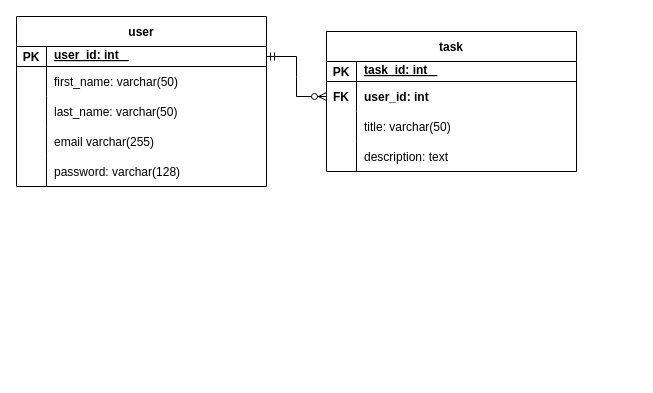
This is docs/erd.drawio from blitzkz23/ngelakoni, a draw.io file, before an edit. Source tidied: cells renumbered, new cells numbered last; positions are measured from the earlier drawing's top-left corner, leaving out a move shared by most shapes. Both pictures are drawn from the tidied source at 100%, with x=0, y=0 at pixel (16, 16).
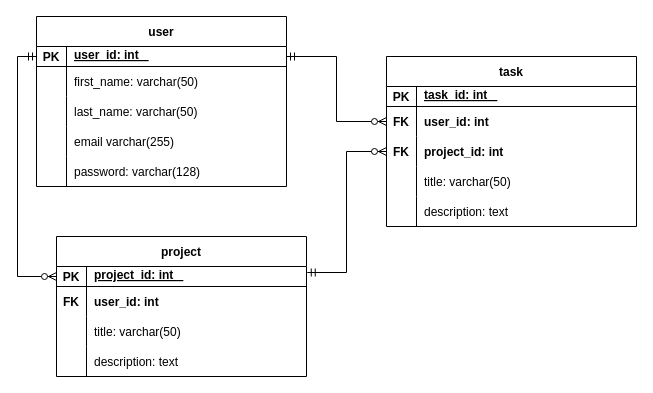
Above is the later version.

The change refers to these unchanged cells:
```xml
<mxCell id="3" style="shape=partialRectangle;fillColor=none;points=[[0,0.5],[1,0.5]];portConstraint=eastwest;top=0;left=0;right=0;bottom=1;" parent="2" vertex="1">
  <mxGeometry y="30" width="250" height="20" as="geometry" />
</mxCell>
<mxCell id="22" style="shape=partialRectangle;fillColor=none;points=[[0,0.5],[1,0.5]];portConstraint=eastwest;top=0;left=0;right=0;bottom=0;" parent="18" vertex="1">
  <mxGeometry y="50" width="250" height="30" as="geometry" />
</mxCell>
```

The edit, as a diff of the source:
```diff
@@
     <mxCell id="2" value="user" style="shape=table;startSize=30;childLayout=tableLayout;rowLines=0;fontStyle=1;align=center;" parent="1" vertex="1">
-      <mxGeometry width="250" height="170" as="geometry" />
+      <mxGeometry x="20" width="250" height="170" as="geometry" />
     </mxCell>
@@
     <mxCell id="18" value="task" style="shape=table;startSize=30;childLayout=tableLayout;rowLines=0;fontStyle=1;align=center;" parent="1" vertex="1">
-      <mxGeometry x="310" y="15" width="250" height="140" as="geometry" />
+      <mxGeometry x="370" y="40" width="250" height="170" as="geometry" />
     </mxCell>
@@
+    <mxCell id="32" style="shape=partialRectangle;fillColor=none;points=[[0,0.5],[1,0.5]];portConstraint=eastwest;top=0;left=0;right=0;bottom=0;" parent="18" vertex="1">
+      <mxGeometry y="80" width="250" height="30" as="geometry" />
+    </mxCell>
+    <mxCell id="33" value="FK" style="shape=partialRectangle;overflow=hidden;fillColor=none;top=0;left=0;bottom=0;right=0;fontStyle=1;" parent="32" vertex="1">
+      <mxGeometry width="30" height="30" as="geometry" />
+    </mxCell>
+    <mxCell id="34" value="project_id: int" style="shape=partialRectangle;overflow=hidden;fillColor=none;top=0;left=0;bottom=0;right=0;align=left;spacingLeft=6;fontStyle=1;" parent="32" vertex="1">
+      <mxGeometry x="30" width="220" height="30" as="geometry" />
+    </mxCell>
     <mxCell id="25" style="shape=partialRectangle;fillColor=none;top=0;left=0;right=0;bottom=0;" parent="18" vertex="1">
-      <mxGeometry y="80" width="250" height="30" as="geometry" />
+      <mxGeometry y="110" width="250" height="30" as="geometry" />
     </mxCell>
@@
     <mxCell id="28" style="shape=partialRectangle;fillColor=none;top=0;left=0;right=0;bottom=0;" parent="18" vertex="1">
-      <mxGeometry y="110" width="250" height="30" as="geometry" />
+      <mxGeometry y="140" width="250" height="30" as="geometry" />
     </mxCell>
@@
-    <mxCell id="31" style="edgeStyle=entityRelationEdgeStyle;fontSize=12;html=1;endArrow=ERzeroToMany;startArrow=ERmandOne;rounded=0;exitX=1;exitY=0.5;exitDx=0;exitDy=0;entryX=0;entryY=0.5;entryDx=0;entryDy=0;" parent="1" edge="1" source="3" target="22">
+    <mxCell id="31" style="edgeStyle=orthogonalEdgeStyle;fontSize=12;html=1;endArrow=ERzeroToMany;startArrow=ERmandOne;rounded=0;exitX=1;exitY=0.5;exitDx=0;exitDy=0;entryX=0;entryY=0.5;entryDx=0;entryDy=0;" parent="1" edge="1" source="3" target="22">
       <mxGeometry relative="1" as="geometry" />
     </mxCell>
+    <mxCell id="35" value="project" style="shape=table;startSize=30;childLayout=tableLayout;rowLines=0;fontStyle=1;align=center;" parent="1" vertex="1">
+      <mxGeometry x="40" y="220" width="250" height="140" as="geometry" />
+    </mxCell>
+    <mxCell id="36" style="shape=partialRectangle;fillColor=none;points=[[0,0.5],[1,0.5]];portConstraint=eastwest;top=0;left=0;right=0;bottom=1;" parent="35" vertex="1">
+      <mxGeometry y="30" width="250" height="20" as="geometry" />
+    </mxCell>
+    <mxCell id="37" value="PK" style="shape=partialRectangle;overflow=hidden;fillColor=none;top=0;left=0;bottom=0;right=0;fontStyle=1;" parent="36" vertex="1">
+      <mxGeometry width="30" height="20" as="geometry" />
+    </mxCell>
+    <mxCell id="38" value="project_id: int   &#10;" style="shape=partialRectangle;overflow=hidden;fillColor=none;top=0;left=0;bottom=0;right=0;align=left;spacingLeft=6;fontStyle=5;" parent="36" vertex="1">
+      <mxGeometry x="30" width="220" height="20" as="geometry" />
+    </mxCell>
+    <mxCell id="39" style="shape=partialRectangle;fillColor=none;top=0;left=0;right=0;bottom=0;" parent="35" vertex="1">
+      <mxGeometry y="50" width="250" height="30" as="geometry" />
+    </mxCell>
+    <mxCell id="40" value="FK" style="shape=partialRectangle;overflow=hidden;fillColor=none;top=0;left=0;bottom=0;right=0;fontStyle=1;" parent="39" vertex="1">
+      <mxGeometry width="30" height="30" as="geometry" />
+    </mxCell>
+    <mxCell id="41" value="user_id: int" style="shape=partialRectangle;overflow=hidden;fillColor=none;top=0;left=0;bottom=0;right=0;align=left;spacingLeft=6;fontStyle=1;" parent="39" vertex="1">
+      <mxGeometry x="30" width="220" height="30" as="geometry" />
+    </mxCell>
+    <mxCell id="42" style="shape=partialRectangle;fillColor=none;top=0;left=0;right=0;bottom=0;" parent="35" vertex="1">
+      <mxGeometry y="80" width="250" height="30" as="geometry" />
+    </mxCell>
+    <mxCell id="43" style="shape=partialRectangle;overflow=hidden;fillColor=none;top=0;left=0;bottom=0;right=0;" parent="42" vertex="1">
+      <mxGeometry width="30" height="30" as="geometry" />
+    </mxCell>
+    <mxCell id="44" value="title: varchar(50)" style="shape=partialRectangle;overflow=hidden;fillColor=none;top=0;left=0;bottom=0;right=0;align=left;spacingLeft=6;" parent="42" vertex="1">
+      <mxGeometry x="30" width="220" height="30" as="geometry" />
+    </mxCell>
+    <mxCell id="45" style="shape=partialRectangle;fillColor=none;top=0;left=0;right=0;bottom=0;" parent="35" vertex="1">
+      <mxGeometry y="110" width="250" height="30" as="geometry" />
+    </mxCell>
+    <mxCell id="46" style="shape=partialRectangle;overflow=hidden;fillColor=none;top=0;left=0;bottom=0;right=0;" parent="45" vertex="1">
+      <mxGeometry width="30" height="30" as="geometry" />
+    </mxCell>
+    <mxCell id="47" value="description: text" style="shape=partialRectangle;overflow=hidden;fillColor=none;top=0;left=0;bottom=0;right=0;align=left;spacingLeft=6;" parent="45" vertex="1">
+      <mxGeometry x="30" width="220" height="30" as="geometry" />
+    </mxCell>
+    <mxCell id="48" style="edgeStyle=orthogonalEdgeStyle;fontSize=12;html=1;endArrow=ERzeroToMany;startArrow=ERmandOne;rounded=0;entryX=0;entryY=0.5;entryDx=0;entryDy=0;exitX=0;exitY=0.5;exitDx=0;exitDy=0;" parent="1" edge="1" source="3" target="36">
+      <mxGeometry relative="1" as="geometry">
+        <Array as="points">
+          <mxPoint x="1" y="40" />
+          <mxPoint x="1" y="260" />
+        </Array>
+      </mxGeometry>
+    </mxCell>
+    <mxCell id="49" style="edgeStyle=orthogonalEdgeStyle;fontSize=12;html=1;endArrow=ERzeroToMany;startArrow=ERmandOne;rounded=0;exitX=1.003;exitY=0.3;exitDx=0;exitDy=0;entryX=0;entryY=0.5;entryDx=0;entryDy=0;exitPerimeter=0;" parent="1" edge="1" source="36" target="32">
+      <mxGeometry relative="1" as="geometry" />
+    </mxCell>
```
